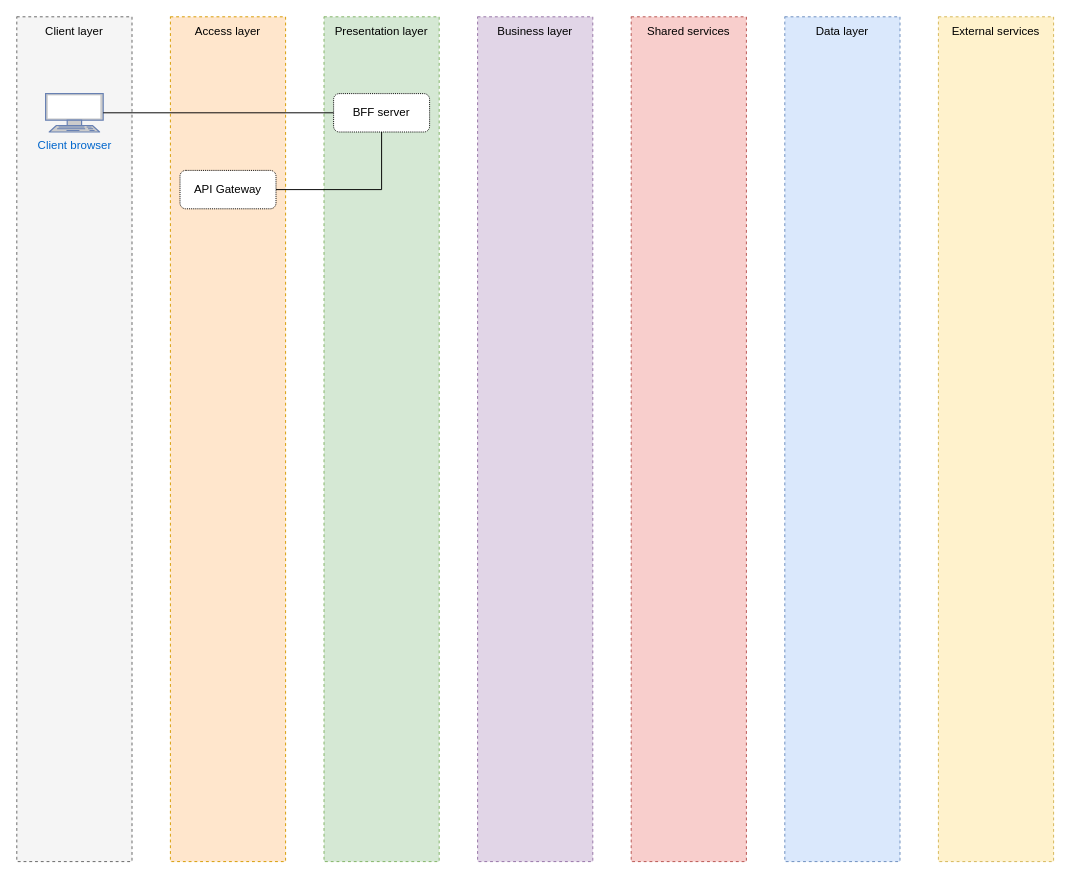
The draw.io diagram page "coaching portal logical diagram" (17 of 17) of Untitled Diagram.drawio in Mwangimburu/drawings, before the edit. Source tidied: cells renumbered, new cells numbered last; positions are measured from the earlier drawing's top-left corner, leaving out a move shared by most shapes. Both pictures are drawn from the tidied source at 96%, with x=0, y=0 at pixel (16, 16).
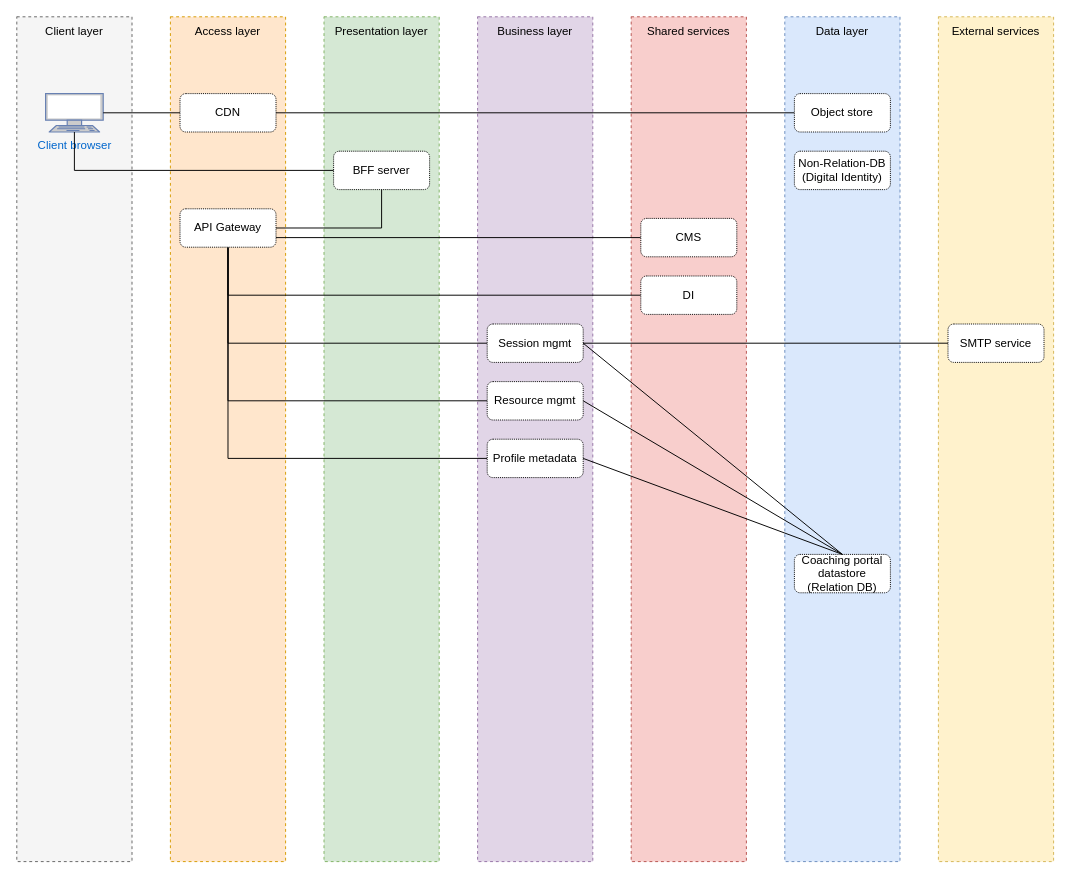
The same diagram, later.

Unchanged cells that the change refers to:
```xml
<mxCell id="18" value="Client browser" style="fontColor=#0066CC;verticalAlign=top;verticalLabelPosition=bottom;labelPosition=center;align=center;html=1;outlineConnect=0;fillColor=#CCCCCC;strokeColor=#6881B3;gradientColor=none;gradientDirection=north;strokeWidth=2;shape=mxgraph.networks.terminal;" parent="16" vertex="1">
  <mxGeometry x="30" y="80" width="60" height="40" as="geometry" />
</mxCell>
```

Diff of the diagram source:
```diff
@@
     <mxCell id="20" value="BFF server" style="rounded=1;whiteSpace=wrap;html=1;fillColor=default;dashed=1;dashPattern=1 1;" parent="1" vertex="1">
-      <mxGeometry x="330" y="80" width="100" height="40" as="geometry" />
+      <mxGeometry x="330" y="140" width="100" height="40" as="geometry" />
     </mxCell>
+    <mxCell id="23" style="edgeStyle=orthogonalEdgeStyle;rounded=0;jettySize=auto;html=1;entryX=0;entryY=0.5;entryDx=0;entryDy=0;endArrow=none;endFill=0;" parent="1" edge="1" source="21" target="32">
+      <mxGeometry relative="1" as="geometry">
+        <Array as="points">
+          <mxPoint x="220" y="340" />
+        </Array>
+      </mxGeometry>
+    </mxCell>
+    <mxCell id="24" style="edgeStyle=orthogonalEdgeStyle;rounded=0;jettySize=auto;html=1;entryX=0;entryY=0.5;entryDx=0;entryDy=0;endArrow=none;endFill=0;" parent="1" edge="1" source="21" target="33">
+      <mxGeometry relative="1" as="geometry">
+        <Array as="points">
+          <mxPoint x="220" y="400" />
+        </Array>
+      </mxGeometry>
+    </mxCell>
+    <mxCell id="25" style="edgeStyle=orthogonalEdgeStyle;rounded=0;jettySize=auto;html=1;entryX=0;entryY=0.5;entryDx=0;entryDy=0;endArrow=none;endFill=0;" parent="1" edge="1" source="21" target="36">
+      <mxGeometry relative="1" as="geometry">
+        <Array as="points">
+          <mxPoint x="220" y="460" />
+        </Array>
+      </mxGeometry>
+    </mxCell>
+    <mxCell id="26" style="edgeStyle=orthogonalEdgeStyle;rounded=0;jettySize=auto;html=1;entryX=0;entryY=0.5;entryDx=0;entryDy=0;endArrow=none;endFill=0;" parent="1" edge="1" source="21" target="35">
+      <mxGeometry relative="1" as="geometry">
+        <Array as="points">
+          <mxPoint x="220" y="290" />
+        </Array>
+      </mxGeometry>
+    </mxCell>
+    <mxCell id="27" style="edgeStyle=orthogonalEdgeStyle;rounded=0;jettySize=auto;html=1;endArrow=none;endFill=0;" parent="1" edge="1" source="21" target="34">
+      <mxGeometry relative="1" as="geometry">
+        <Array as="points">
+          <mxPoint x="370" y="230" />
+          <mxPoint x="370" y="230" />
+        </Array>
+      </mxGeometry>
+    </mxCell>
     <mxCell id="21" value="API Gateway" style="rounded=1;whiteSpace=wrap;html=1;fillColor=default;dashed=1;dashPattern=1 1;" parent="1" vertex="1">
-      <mxGeometry x="170" y="160" width="100" height="40" as="geometry" />
+      <mxGeometry x="170" y="200" width="100" height="40" as="geometry" />
     </mxCell>
     <mxCell id="22" style="edgeStyle=orthogonalEdgeStyle;rounded=0;jettySize=auto;html=1;endArrow=none;endFill=0;" parent="1" edge="1" source="18" target="20">
-      <mxGeometry relative="1" as="geometry" />
+      <mxGeometry relative="1" as="geometry">
+        <Array as="points">
+          <mxPoint x="60" y="160" />
+        </Array>
+      </mxGeometry>
     </mxCell>
+    <mxCell id="28" style="edgeStyle=orthogonalEdgeStyle;rounded=0;jettySize=auto;html=1;endArrow=none;endFill=0;" parent="1" edge="1" source="29" target="31">
+      <mxGeometry relative="1" as="geometry" />
+    </mxCell>
+    <mxCell id="29" value="CDN" style="rounded=1;whiteSpace=wrap;html=1;fillColor=default;dashed=1;dashPattern=1 1;" parent="1" vertex="1">
+      <mxGeometry x="170" y="80" width="100" height="40" as="geometry" />
+    </mxCell>
+    <mxCell id="30" style="edgeStyle=orthogonalEdgeStyle;rounded=0;jettySize=auto;html=1;entryX=0;entryY=0.5;entryDx=0;entryDy=0;endArrow=none;endFill=0;" parent="1" edge="1" source="18" target="29">
+      <mxGeometry relative="1" as="geometry" />
+    </mxCell>
+    <mxCell id="31" value="Object store" style="rounded=1;whiteSpace=wrap;html=1;fillColor=default;dashed=1;dashPattern=1 1;" parent="1" vertex="1">
+      <mxGeometry x="810" y="80" width="100" height="40" as="geometry" />
+    </mxCell>
+    <mxCell id="32" value="Session mgmt" style="rounded=1;whiteSpace=wrap;html=1;fillColor=default;dashed=1;dashPattern=1 1;" parent="1" vertex="1">
+      <mxGeometry x="490" y="320" width="100" height="40" as="geometry" />
+    </mxCell>
+    <mxCell id="33" value="Resource mgmt" style="rounded=1;whiteSpace=wrap;html=1;fillColor=default;dashed=1;dashPattern=1 1;" parent="1" vertex="1">
+      <mxGeometry x="490" y="380" width="100" height="40" as="geometry" />
+    </mxCell>
+    <mxCell id="34" value="CMS" style="rounded=1;whiteSpace=wrap;html=1;fillColor=default;dashed=1;dashPattern=1 1;" parent="1" vertex="1">
+      <mxGeometry x="650" y="210" width="100" height="40" as="geometry" />
+    </mxCell>
+    <mxCell id="35" value="DI" style="rounded=1;whiteSpace=wrap;html=1;fillColor=default;dashed=1;dashPattern=1 1;" parent="1" vertex="1">
+      <mxGeometry x="650" y="270" width="100" height="40" as="geometry" />
+    </mxCell>
+    <mxCell id="36" value="Profile metadata" style="rounded=1;whiteSpace=wrap;html=1;fillColor=default;dashed=1;dashPattern=1 1;" parent="1" vertex="1">
+      <mxGeometry x="490" y="440" width="100" height="40" as="geometry" />
+    </mxCell>
+    <mxCell id="37" value="Non-Relation-DB&lt;div&gt;(Digital Identity)&lt;/div&gt;" style="rounded=1;whiteSpace=wrap;html=1;fillColor=default;dashed=1;dashPattern=1 1;" parent="1" vertex="1">
+      <mxGeometry x="810" y="140" width="100" height="40" as="geometry" />
+    </mxCell>
+    <mxCell id="38" value="Coaching portal datastore&lt;div&gt;(Relation DB)&lt;/div&gt;" style="rounded=1;whiteSpace=wrap;html=1;fillColor=default;dashed=1;dashPattern=1 1;spacingTop=0;spacingBottom=0;" parent="1" vertex="1">
+      <mxGeometry x="810" y="560" width="100" height="40" as="geometry" />
+    </mxCell>
+    <mxCell id="39" style="endArrow=none;html=1;rounded=0;exitX=1;exitY=0.5;exitDx=0;exitDy=0;entryX=0.5;entryY=0;entryDx=0;entryDy=0;" parent="1" edge="1" source="36" target="38">
+      <mxGeometry relative="1" as="geometry" />
+    </mxCell>
+    <mxCell id="40" style="endArrow=none;html=1;rounded=0;exitX=1;exitY=0.5;exitDx=0;exitDy=0;entryX=0.5;entryY=0;entryDx=0;entryDy=0;" parent="1" edge="1" source="33" target="38">
+      <mxGeometry relative="1" as="geometry" />
+    </mxCell>
+    <mxCell id="41" style="endArrow=none;html=1;rounded=0;exitX=1;exitY=0.5;exitDx=0;exitDy=0;entryX=0.5;entryY=0;entryDx=0;entryDy=0;" parent="1" edge="1" source="32" target="38">
+      <mxGeometry relative="1" as="geometry" />
+    </mxCell>
+    <mxCell id="42" value="SMTP service" style="rounded=1;whiteSpace=wrap;html=1;fillColor=default;dashed=1;dashPattern=1 1;" parent="1" vertex="1">
+      <mxGeometry x="970" y="320" width="100" height="40" as="geometry" />
+    </mxCell>
+    <mxCell id="43" style="endArrow=none;html=1;rounded=0;exitX=1;exitY=0.5;exitDx=0;exitDy=0;entryX=0;entryY=0.5;entryDx=0;entryDy=0;" parent="1" edge="1" source="32" target="42">
+      <mxGeometry relative="1" as="geometry" />
+    </mxCell>
```
